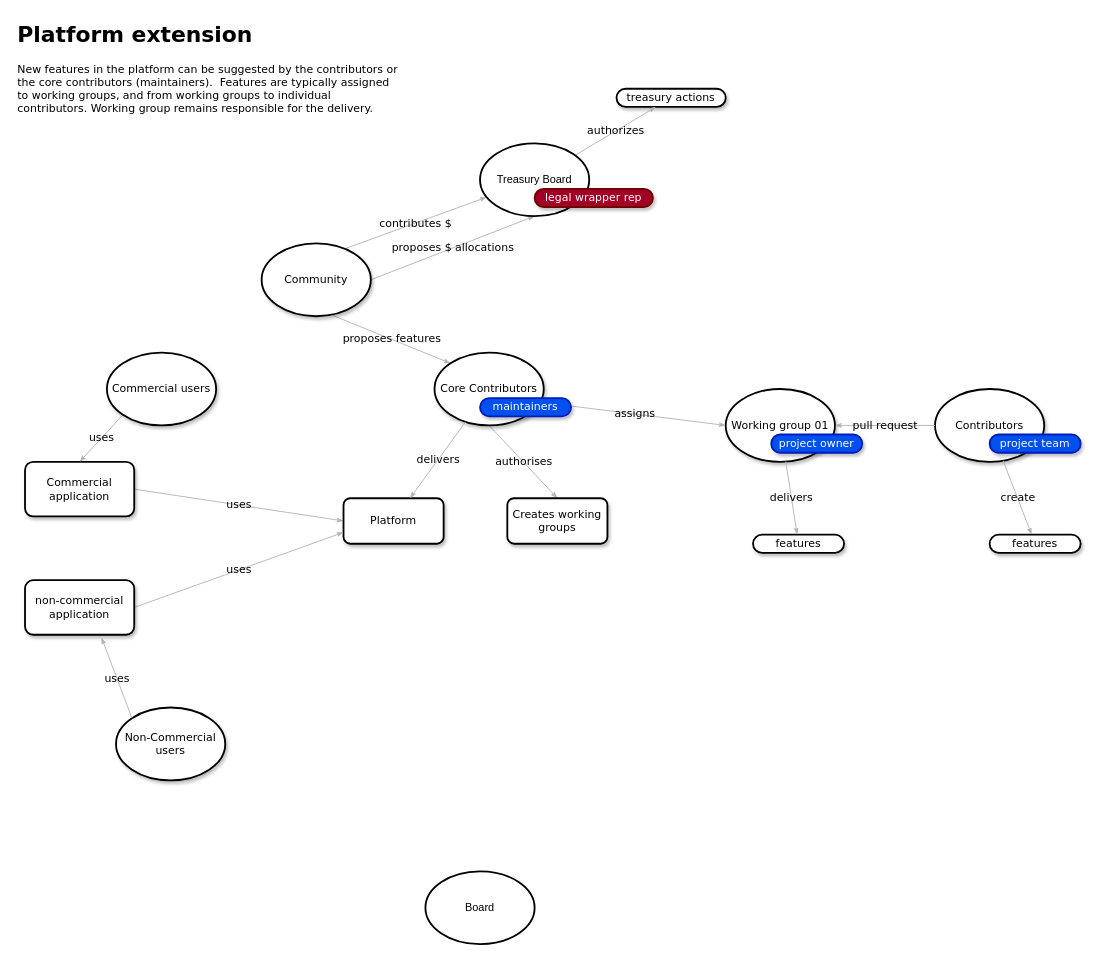
This is open source economy roles.drawio from miguelangelvaldivia/open-source-economy, a draw.io file, before an edit. Source tidied: cells renumbered, new cells numbered last; positions are measured from the earlier drawing's top-left corner, leaving out a move shared by most shapes. Both pictures are drawn from the tidied source at 91%, with x=0, y=0 at pixel (15, 15).
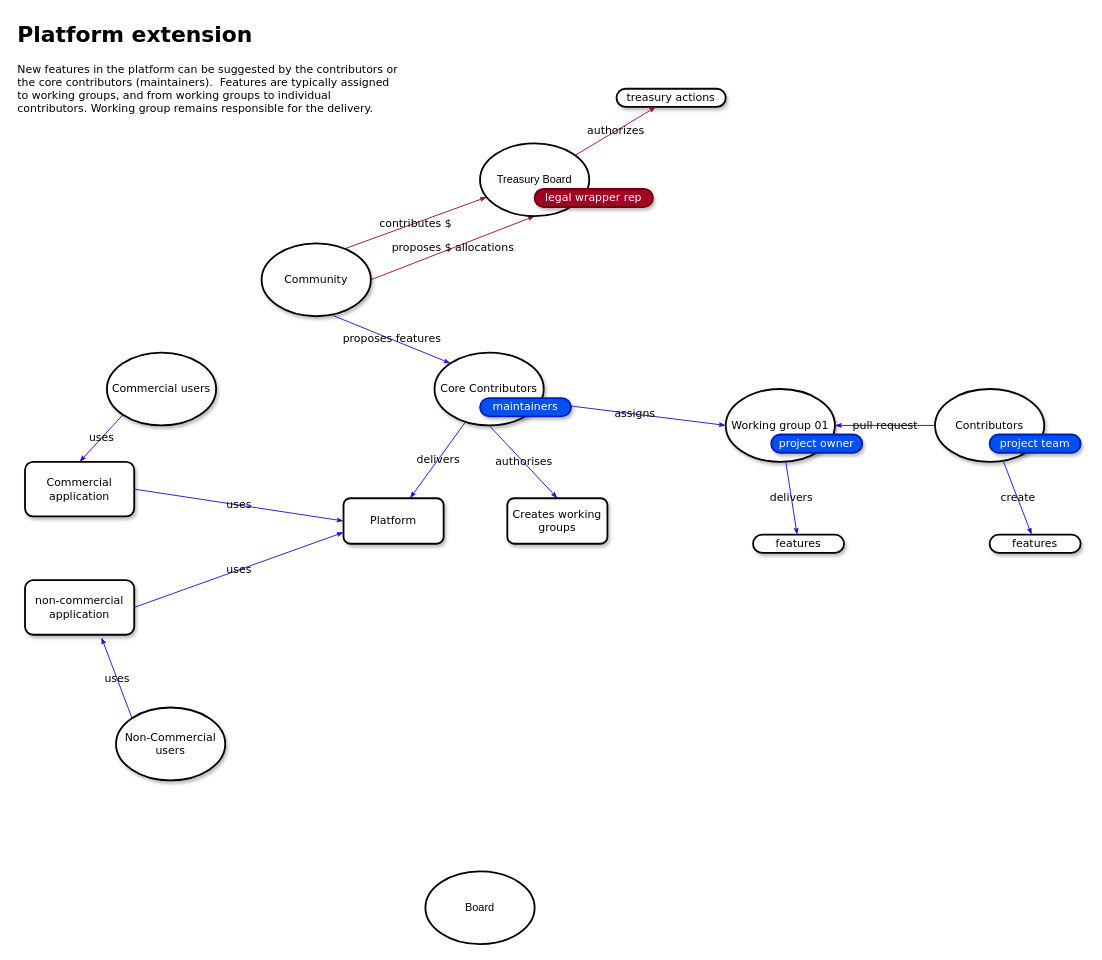
The same page after the edit.

The change refers to these unchanged cells:
```xml
<mxCell id="5" value="Community" style="ellipse;whiteSpace=wrap;html=1;rounded=1;shadow=1;comic=0;labelBackgroundColor=none;strokeWidth=2;fontFamily=Verdana;fontSize=12;align=center;" parent="1" vertex="1">
  <mxGeometry x="270" y="250" width="120" height="80" as="geometry" />
</mxCell>
<mxCell id="6" value="&lt;span&gt;Working group 01&lt;/span&gt;" style="ellipse;whiteSpace=wrap;html=1;rounded=1;shadow=1;comic=0;labelBackgroundColor=none;strokeWidth=2;fontFamily=Verdana;fontSize=12;align=center;" parent="1" vertex="1">
  <mxGeometry x="780" y="410" width="120" height="80" as="geometry" />
</mxCell>
<mxCell id="7" value="&lt;span&gt;Contributors&lt;/span&gt;" style="ellipse;whiteSpace=wrap;html=1;rounded=1;shadow=1;comic=0;labelBackgroundColor=none;strokeWidth=2;fontFamily=Verdana;fontSize=12;align=center;" parent="1" vertex="1">
  <mxGeometry x="1010" y="410" width="120" height="80" as="geometry" />
</mxCell>
<mxCell id="9" value="Core Contributors" style="ellipse;whiteSpace=wrap;html=1;rounded=1;shadow=1;comic=0;labelBackgroundColor=none;strokeWidth=2;fontFamily=Verdana;fontSize=12;align=center;" parent="1" vertex="1">
  <mxGeometry x="460" y="370" width="120" height="80" as="geometry" />
</mxCell>
<mxCell id="10" value="features" style="whiteSpace=wrap;html=1;rounded=1;shadow=1;comic=0;labelBackgroundColor=none;strokeWidth=2;fontFamily=Verdana;fontSize=12;align=center;arcSize=50;" parent="1" vertex="1">
  <mxGeometry x="1070" y="570" width="100" height="20" as="geometry" />
</mxCell>
<mxCell id="12" value="&lt;span&gt;Commercial application&lt;/span&gt;" style="rounded=1;whiteSpace=wrap;html=1;shadow=1;comic=0;labelBackgroundColor=none;strokeWidth=2;fontFamily=Verdana;fontSize=12;align=center;" parent="1" vertex="1">
  <mxGeometry x="10" y="490" width="120" height="60" as="geometry" />
</mxCell>
<mxCell id="13" value="Platform" style="rounded=1;whiteSpace=wrap;html=1;shadow=1;comic=0;labelBackgroundColor=none;strokeWidth=2;fontFamily=Verdana;fontSize=12;align=center;" parent="1" vertex="1">
  <mxGeometry x="360" y="530" width="110" height="50" as="geometry" />
</mxCell>
<mxCell id="18" value="non-commercial application" style="rounded=1;whiteSpace=wrap;html=1;shadow=1;comic=0;labelBackgroundColor=none;strokeWidth=2;fontFamily=Verdana;fontSize=12;align=center;" parent="1" vertex="1">
  <mxGeometry x="10" y="620" width="120" height="60" as="geometry" />
</mxCell>
<mxCell id="19" value="&lt;span&gt;Non-Commercial users&lt;/span&gt;" style="ellipse;whiteSpace=wrap;html=1;rounded=1;shadow=1;comic=0;labelBackgroundColor=none;strokeWidth=2;fontFamily=Verdana;fontSize=12;align=center;" parent="1" vertex="1">
  <mxGeometry x="110" y="760" width="120" height="80" as="geometry" />
</mxCell>
<mxCell id="20" value="features" style="whiteSpace=wrap;html=1;rounded=1;shadow=1;comic=0;labelBackgroundColor=none;strokeWidth=2;fontFamily=Verdana;fontSize=12;align=center;arcSize=50;" parent="1" vertex="1">
  <mxGeometry x="810" y="570" width="100" height="20" as="geometry" />
</mxCell>
<mxCell id="21" value="&lt;span&gt;treasury actions&lt;/span&gt;" style="whiteSpace=wrap;html=1;rounded=1;shadow=1;comic=0;labelBackgroundColor=none;strokeWidth=2;fontFamily=Verdana;fontSize=12;align=center;arcSize=50;" parent="1" vertex="1">
  <mxGeometry x="660" y="80" width="120" height="20" as="geometry" />
</mxCell>
<mxCell id="23" value="&lt;span&gt;Commercial users&lt;/span&gt;" style="ellipse;whiteSpace=wrap;html=1;rounded=1;shadow=1;comic=0;labelBackgroundColor=none;strokeWidth=2;fontFamily=Verdana;fontSize=12;align=center;" parent="1" vertex="1">
  <mxGeometry x="100" y="370" width="120" height="80" as="geometry" />
</mxCell>
<mxCell id="26" value="Treasury Board" style="ellipse;whiteSpace=wrap;html=1;strokeWidth=2;" parent="1" vertex="1">
  <mxGeometry x="510" y="140" width="120" height="80" as="geometry" />
</mxCell>
<mxCell id="29" value="Creates working groups" style="rounded=1;whiteSpace=wrap;html=1;shadow=1;comic=0;labelBackgroundColor=none;strokeWidth=2;fontFamily=Verdana;fontSize=12;align=center;" parent="1" vertex="1">
  <mxGeometry x="540" y="530" width="110" height="50" as="geometry" />
</mxCell>
```

Change to the diagram source:
```diff
@@
-    <mxCell id="2" value="proposes features" style="edgeStyle=none;shape=connector;rounded=1;jettySize=auto;html=1;exitX=0.65;exitY=0.988;exitDx=0;exitDy=0;entryX=0;entryY=0;entryDx=0;entryDy=0;strokeColor=#B3B3B3;strokeWidth=1;align=center;verticalAlign=middle;fontFamily=Verdana;fontSize=12;fontColor=default;labelBackgroundColor=none;startArrow=none;startFill=0;startSize=5;endArrow=classicThin;endFill=1;endSize=5;exitPerimeter=0;" parent="1" edge="1" source="5" target="9">
+    <mxCell id="2" value="proposes features" style="edgeStyle=none;shape=connector;rounded=1;jettySize=auto;html=1;exitX=0.65;exitY=0.988;exitDx=0;exitDy=0;entryX=0;entryY=0;entryDx=0;entryDy=0;strokeColor=#3700CC;strokeWidth=1;align=center;verticalAlign=middle;fontFamily=Verdana;fontSize=12;fontColor=default;labelBackgroundColor=none;startArrow=none;startFill=0;startSize=5;endArrow=classicThin;endFill=1;endSize=5;exitPerimeter=0;fillColor=#6a00ff;" parent="1" edge="1" source="5" target="9">
       <mxGeometry relative="1" as="geometry" />
     </mxCell>
-    <mxCell id="3" value="contributes $" style="edgeStyle=none;shape=connector;rounded=1;jettySize=auto;html=1;exitX=0.758;exitY=0.075;exitDx=0;exitDy=0;strokeColor=#B3B3B3;strokeWidth=1;align=center;verticalAlign=middle;fontFamily=Verdana;fontSize=12;fontColor=default;labelBackgroundColor=none;startArrow=none;startFill=0;startSize=5;endArrow=classicThin;endFill=1;endSize=5;exitPerimeter=0;" parent="1" edge="1" source="5" target="26">
+    <mxCell id="3" value="contributes $" style="edgeStyle=none;shape=connector;rounded=1;jettySize=auto;html=1;exitX=0.758;exitY=0.075;exitDx=0;exitDy=0;strokeColor=#A50040;strokeWidth=1;align=center;verticalAlign=middle;fontFamily=Verdana;fontSize=12;fontColor=default;labelBackgroundColor=none;startArrow=none;startFill=0;startSize=5;endArrow=classicThin;endFill=1;endSize=5;exitPerimeter=0;fillColor=#d80073;" parent="1" edge="1" source="5" target="26">
       <mxGeometry relative="1" as="geometry" />
     </mxCell>
-    <mxCell id="4" value="proposes $ allocations" style="edgeStyle=none;shape=connector;rounded=1;jettySize=auto;html=1;exitX=1;exitY=0.5;exitDx=0;exitDy=0;entryX=0.5;entryY=1;entryDx=0;entryDy=0;strokeColor=#B3B3B3;strokeWidth=1;align=center;verticalAlign=middle;fontFamily=Verdana;fontSize=12;fontColor=default;labelBackgroundColor=none;startArrow=none;startFill=0;startSize=5;endArrow=classicThin;endFill=1;endSize=5;" parent="1" edge="1" source="5" target="26">
+    <mxCell id="4" value="proposes $ allocations" style="edgeStyle=none;shape=connector;rounded=1;jettySize=auto;html=1;exitX=1;exitY=0.5;exitDx=0;exitDy=0;entryX=0.5;entryY=1;entryDx=0;entryDy=0;strokeColor=#A50040;strokeWidth=1;align=center;verticalAlign=middle;fontFamily=Verdana;fontSize=12;fontColor=default;labelBackgroundColor=none;startArrow=none;startFill=0;startSize=5;endArrow=classicThin;endFill=1;endSize=5;fillColor=#d80073;" parent="1" edge="1" source="5" target="26">
       <mxGeometry relative="1" as="geometry" />
     </mxCell>
@@
-    <mxCell id="8" value="authorises" style="edgeStyle=none;shape=connector;rounded=1;jettySize=auto;html=1;exitX=0.5;exitY=1;exitDx=0;exitDy=0;entryX=0.5;entryY=0;entryDx=0;entryDy=0;strokeColor=#B3B3B3;strokeWidth=1;align=center;verticalAlign=middle;fontFamily=Verdana;fontSize=12;fontColor=default;labelBackgroundColor=none;startArrow=none;startFill=0;startSize=5;endArrow=classicThin;endFill=1;endSize=5;" parent="1" edge="1" source="9" target="29">
+    <mxCell id="8" value="authorises" style="edgeStyle=none;shape=connector;rounded=1;jettySize=auto;html=1;exitX=0.5;exitY=1;exitDx=0;exitDy=0;entryX=0.5;entryY=0;entryDx=0;entryDy=0;strokeColor=#3700CC;strokeWidth=1;align=center;verticalAlign=middle;fontFamily=Verdana;fontSize=12;fontColor=default;labelBackgroundColor=none;startArrow=none;startFill=0;startSize=5;endArrow=classicThin;endFill=1;endSize=5;fillColor=#6a00ff;" parent="1" edge="1" source="9" target="29">
       <mxGeometry relative="1" as="geometry" />
     </mxCell>
@@
-    <mxCell id="11" value="uses" style="edgeStyle=none;shape=connector;rounded=1;jettySize=auto;html=1;exitX=1;exitY=0.5;exitDx=0;exitDy=0;entryX=0;entryY=0.5;entryDx=0;entryDy=0;strokeColor=#B3B3B3;strokeWidth=1;align=center;verticalAlign=middle;fontFamily=Verdana;fontSize=12;fontColor=default;labelBackgroundColor=none;startArrow=none;startFill=0;startSize=5;endArrow=classicThin;endFill=1;endSize=5;" parent="1" edge="1" source="12" target="13">
+    <mxCell id="11" value="uses" style="edgeStyle=none;shape=connector;rounded=1;jettySize=auto;html=1;exitX=1;exitY=0.5;exitDx=0;exitDy=0;entryX=0;entryY=0.5;entryDx=0;entryDy=0;strokeColor=#3700CC;strokeWidth=1;align=center;verticalAlign=middle;fontFamily=Verdana;fontSize=12;fontColor=default;labelBackgroundColor=none;startArrow=none;startFill=0;startSize=5;endArrow=classicThin;endFill=1;endSize=5;fillColor=#6a00ff;" parent="1" edge="1" source="12" target="13">
       <mxGeometry relative="1" as="geometry" />
     </mxCell>
@@
-    <mxCell id="14" value="pull request" style="edgeStyle=none;rounded=1;html=1;labelBackgroundColor=none;startArrow=classicThin;startFill=1;startSize=5;endArrow=none;endFill=0;endSize=5;jettySize=auto;strokeColor=#B3B3B3;strokeWidth=1;fontFamily=Verdana;fontSize=12;" parent="1" edge="1" source="6" target="7">
+    <mxCell id="14" value="pull request" style="edgeStyle=none;rounded=1;html=1;labelBackgroundColor=none;startArrow=classicThin;startFill=1;startSize=5;endArrow=none;endFill=0;endSize=5;jettySize=auto;strokeColor=#3700CC;strokeWidth=1;fontFamily=Verdana;fontSize=12;fillColor=#6a00ff;" parent="1" edge="1" source="6" target="7">
       <mxGeometry relative="1" as="geometry" />
     </mxCell>
-    <mxCell id="15" value="create" style="edgeStyle=none;rounded=1;html=1;labelBackgroundColor=none;startArrow=none;startFill=0;startSize=5;endArrow=classicThin;endFill=1;endSize=5;jettySize=auto;strokeColor=#B3B3B3;strokeWidth=1;fontFamily=Verdana;fontSize=12;" parent="1" edge="1" source="7" target="10">
+    <mxCell id="15" value="create" style="edgeStyle=none;rounded=1;html=1;labelBackgroundColor=none;startArrow=none;startFill=0;startSize=5;endArrow=classicThin;endFill=1;endSize=5;jettySize=auto;strokeColor=#3700CC;strokeWidth=1;fontFamily=Verdana;fontSize=12;fillColor=#6a00ff;" parent="1" edge="1" source="7" target="10">
       <mxGeometry relative="1" as="geometry" />
     </mxCell>
-    <mxCell id="16" value="delivers" style="edgeStyle=none;rounded=1;html=1;labelBackgroundColor=none;startArrow=none;startFill=0;startSize=5;endArrow=classicThin;endFill=1;endSize=5;jettySize=auto;strokeColor=#B3B3B3;strokeWidth=1;fontFamily=Verdana;fontSize=12;" parent="1" edge="1" source="9" target="13">
+    <mxCell id="16" value="delivers" style="edgeStyle=none;rounded=1;html=1;labelBackgroundColor=none;startArrow=none;startFill=0;startSize=5;endArrow=classicThin;endFill=1;endSize=5;jettySize=auto;strokeColor=#3700CC;strokeWidth=1;fontFamily=Verdana;fontSize=12;fillColor=#6a00ff;" parent="1" edge="1" source="9" target="13">
       <mxGeometry relative="1" as="geometry" />
     </mxCell>
-    <mxCell id="17" value="uses" style="edgeStyle=none;shape=connector;rounded=1;jettySize=auto;html=1;exitX=1;exitY=0.5;exitDx=0;exitDy=0;entryX=0;entryY=0.75;entryDx=0;entryDy=0;strokeColor=#B3B3B3;strokeWidth=1;align=center;verticalAlign=middle;fontFamily=Verdana;fontSize=12;fontColor=default;labelBackgroundColor=none;startArrow=none;startFill=0;startSize=5;endArrow=classicThin;endFill=1;endSize=5;" parent="1" edge="1" source="18" target="13">
+    <mxCell id="17" value="uses" style="edgeStyle=none;shape=connector;rounded=1;jettySize=auto;html=1;exitX=1;exitY=0.5;exitDx=0;exitDy=0;entryX=0;entryY=0.75;entryDx=0;entryDy=0;strokeColor=#3700CC;strokeWidth=1;align=center;verticalAlign=middle;fontFamily=Verdana;fontSize=12;fontColor=default;labelBackgroundColor=none;startArrow=none;startFill=0;startSize=5;endArrow=classicThin;endFill=1;endSize=5;fillColor=#6a00ff;" parent="1" edge="1" source="18" target="13">
       <mxGeometry relative="1" as="geometry" />
     </mxCell>
@@
-    <mxCell id="22" value="uses" style="edgeStyle=none;shape=connector;rounded=1;jettySize=auto;html=1;exitX=0;exitY=1;exitDx=0;exitDy=0;entryX=0.5;entryY=0;entryDx=0;entryDy=0;strokeColor=#B3B3B3;strokeWidth=1;align=center;verticalAlign=middle;fontFamily=Verdana;fontSize=12;fontColor=default;labelBackgroundColor=none;startArrow=none;startFill=0;startSize=5;endArrow=classicThin;endFill=1;endSize=5;" parent="1" edge="1" source="23" target="12">
+    <mxCell id="22" value="uses" style="edgeStyle=none;shape=connector;rounded=1;jettySize=auto;html=1;exitX=0;exitY=1;exitDx=0;exitDy=0;entryX=0.5;entryY=0;entryDx=0;entryDy=0;strokeColor=#3700CC;strokeWidth=1;align=center;verticalAlign=middle;fontFamily=Verdana;fontSize=12;fontColor=default;labelBackgroundColor=none;startArrow=none;startFill=0;startSize=5;endArrow=classicThin;endFill=1;endSize=5;fillColor=#6a00ff;" parent="1" edge="1" source="23" target="12">
       <mxGeometry relative="1" as="geometry" />
     </mxCell>
@@
-    <mxCell id="24" value="authorizes" style="edgeStyle=none;rounded=1;html=1;labelBackgroundColor=none;startArrow=none;startFill=0;startSize=5;endArrow=classicThin;endFill=1;endSize=5;jettySize=auto;strokeColor=#B3B3B3;strokeWidth=1;fontFamily=Verdana;fontSize=12;" parent="1" edge="1" source="26" target="21">
+    <mxCell id="24" value="authorizes" style="edgeStyle=none;rounded=1;html=1;labelBackgroundColor=none;startArrow=none;startFill=0;startSize=5;endArrow=classicThin;endFill=1;endSize=5;jettySize=auto;strokeColor=#A50040;strokeWidth=1;fontFamily=Verdana;fontSize=12;fillColor=#d80073;" parent="1" edge="1" source="26" target="21">
       <mxGeometry relative="1" as="geometry" />
     </mxCell>
-    <mxCell id="25" value="delivers" style="edgeStyle=none;rounded=1;html=1;labelBackgroundColor=none;startArrow=none;startFill=0;startSize=5;endArrow=classicThin;endFill=1;endSize=5;jettySize=auto;strokeColor=#B3B3B3;strokeWidth=1;fontFamily=Verdana;fontSize=12;" parent="1" edge="1" source="6" target="20">
+    <mxCell id="25" value="delivers" style="edgeStyle=none;rounded=1;html=1;labelBackgroundColor=none;startArrow=none;startFill=0;startSize=5;endArrow=classicThin;endFill=1;endSize=5;jettySize=auto;strokeColor=#3700CC;strokeWidth=1;fontFamily=Verdana;fontSize=12;fillColor=#6a00ff;" parent="1" edge="1" source="6" target="20">
       <mxGeometry relative="1" as="geometry" />
     </mxCell>
@@
-    <mxCell id="28" value="assigns" style="edgeStyle=none;shape=connector;rounded=1;jettySize=auto;html=1;exitX=1.008;exitY=0.688;exitDx=0;exitDy=0;entryX=0;entryY=0.5;entryDx=0;entryDy=0;strokeColor=#B3B3B3;strokeWidth=1;align=center;verticalAlign=middle;fontFamily=Verdana;fontSize=12;fontColor=default;labelBackgroundColor=none;startArrow=none;startFill=0;startSize=5;endArrow=classicThin;endFill=1;endSize=5;exitPerimeter=0;" parent="1" edge="1" source="9" target="6">
+    <mxCell id="28" value="assigns" style="edgeStyle=none;shape=connector;rounded=1;jettySize=auto;html=1;exitX=1.008;exitY=0.688;exitDx=0;exitDy=0;entryX=0;entryY=0.5;entryDx=0;entryDy=0;strokeColor=#3700CC;strokeWidth=1;align=center;verticalAlign=middle;fontFamily=Verdana;fontSize=12;fontColor=default;labelBackgroundColor=none;startArrow=none;startFill=0;startSize=5;endArrow=classicThin;endFill=1;endSize=5;exitPerimeter=0;fillColor=#6a00ff;" parent="1" edge="1" source="9" target="6">
       <mxGeometry relative="1" as="geometry" />
     </mxCell>
@@
-    <mxCell id="30" value="uses" style="edgeStyle=none;shape=connector;rounded=1;jettySize=auto;html=1;exitX=0;exitY=0;exitDx=0;exitDy=0;entryX=0.7;entryY=1.05;entryDx=0;entryDy=0;entryPerimeter=0;strokeColor=#B3B3B3;strokeWidth=1;align=center;verticalAlign=middle;fontFamily=Verdana;fontSize=12;fontColor=default;labelBackgroundColor=none;startArrow=none;startFill=0;startSize=5;endArrow=classicThin;endFill=1;endSize=5;" parent="1" edge="1" source="19" target="18">
+    <mxCell id="30" value="uses" style="edgeStyle=none;shape=connector;rounded=1;jettySize=auto;html=1;exitX=0;exitY=0;exitDx=0;exitDy=0;entryX=0.7;entryY=1.05;entryDx=0;entryDy=0;entryPerimeter=0;strokeColor=#3700CC;strokeWidth=1;align=center;verticalAlign=middle;fontFamily=Verdana;fontSize=12;fontColor=default;labelBackgroundColor=none;startArrow=none;startFill=0;startSize=5;endArrow=classicThin;endFill=1;endSize=5;fillColor=#6a00ff;" parent="1" edge="1" source="19" target="18">
       <mxGeometry relative="1" as="geometry" />
     </mxCell>
```
